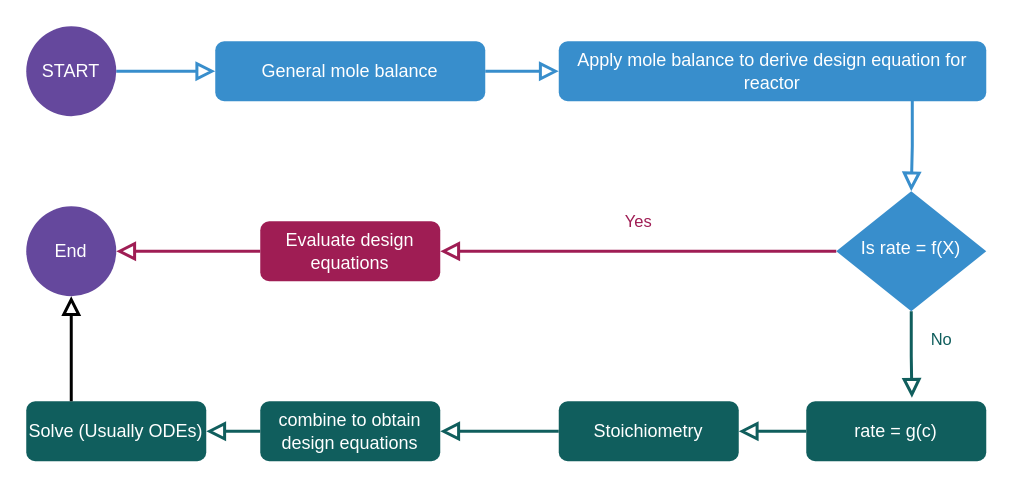
The draw.io diagram assets/images/isothermal_reactor_design_algorithm.drawio in rputikar/chemical-reaction-engineering, before the edit. Source tidied: cells renumbered, new cells numbered last; positions are measured from the earlier drawing's top-left corner, leaving out a move shared by most shapes. Both pictures are drawn from the tidied source at 150%, with x=0, y=0 at pixel (26, 26).
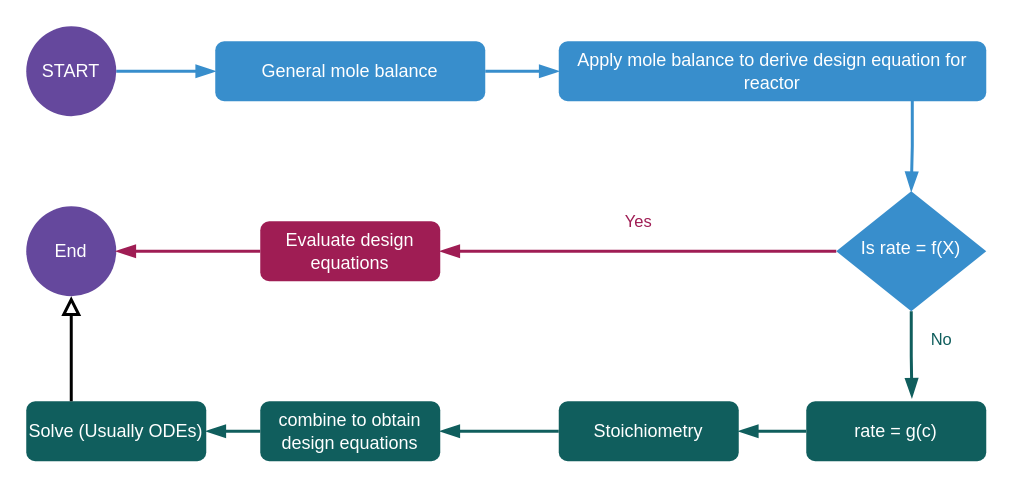
The same page after the edit.

The edit, as a diff of the source:
```diff
@@
-    <mxCell id="2" style="group;" parent="1" vertex="1">
-      <mxGeometry width="640" height="290" as="geometry" />
-    </mxCell>
-    <mxCell id="3" value="General mole balance" style="rounded=1;whiteSpace=wrap;html=1;fontSize=12;glass=0;strokeWidth=1;shadow=0;fontFamily=IBM Plex Sans;fillColor=#388ecc;fontColor=#ffffff;strokeColor=none;" parent="2" vertex="1">
+    <mxCell id="3" value="General mole balance" style="rounded=1;whiteSpace=wrap;html=1;fontSize=12;glass=0;strokeWidth=1;shadow=0;fontFamily=IBM Plex Sans;fillColor=#388ecc;fontColor=#ffffff;strokeColor=none;" parent="1" vertex="1">
       <mxGeometry x="126" y="10" width="180" height="40" as="geometry" />
     </mxCell>
-    <mxCell id="4" style="edgeStyle=orthogonalEdgeStyle;rounded=0;jettySize=auto;html=1;labelBackgroundColor=none;endArrow=block;fontFamily=IBM Plex Sans;endFill=0;endSize=8;strokeWidth=2;shadow=0;fillColor=#d80073;strokeColor=#388ecc;" parent="2" edge="1" source="5" target="3">
+    <mxCell id="4" style="edgeStyle=orthogonalEdgeStyle;rounded=0;jettySize=auto;html=1;labelBackgroundColor=none;endArrow=blockThin;fontFamily=IBM Plex Sans;endFill=1;endSize=8;strokeWidth=2;shadow=0;fillColor=#d80073;strokeColor=#388ecc;" parent="1" edge="1" source="5" target="3">
       <mxGeometry relative="1" as="geometry" />
     </mxCell>
-    <mxCell id="5" value="START" style="ellipse;whiteSpace=wrap;html=1;fontFamily=IBM Plex Sans;fillColor=#65489d;fontColor=#ffffff;strokeColor=none;" parent="2" vertex="1">
+    <mxCell id="5" value="START" style="ellipse;whiteSpace=wrap;html=1;fontFamily=IBM Plex Sans;fillColor=#65489d;fontColor=#ffffff;strokeColor=none;" parent="1" vertex="1">
       <mxGeometry width="60" height="60" as="geometry" />
     </mxCell>
-    <mxCell id="6" value="Evaluate design equations" style="rounded=1;whiteSpace=wrap;html=1;fontSize=12;glass=0;strokeWidth=1;shadow=0;fontFamily=IBM Plex Sans;fillColor=#9f1d54;fontColor=#ffffff;strokeColor=none;" parent="2" vertex="1">
+    <mxCell id="6" value="Evaluate design equations" style="rounded=1;whiteSpace=wrap;html=1;fontSize=12;glass=0;strokeWidth=1;shadow=0;fontFamily=IBM Plex Sans;fillColor=#9f1d54;fontColor=#ffffff;strokeColor=none;" parent="1" vertex="1">
       <mxGeometry x="156" y="130" width="120" height="40" as="geometry" />
     </mxCell>
-    <mxCell id="7" value="Apply mole balance to derive design equation for reactor" style="rounded=1;whiteSpace=wrap;html=1;fontSize=12;glass=0;strokeWidth=1;shadow=0;fontFamily=IBM Plex Sans;fillColor=#388ecc;fontColor=#ffffff;strokeColor=none;align=center;verticalAlign=middle;" parent="2" vertex="1">
+    <mxCell id="7" value="Apply mole balance to derive design equation for reactor" style="rounded=1;whiteSpace=wrap;html=1;fontSize=12;glass=0;strokeWidth=1;shadow=0;fontFamily=IBM Plex Sans;fillColor=#388ecc;fontColor=#ffffff;strokeColor=none;align=center;verticalAlign=middle;" parent="1" vertex="1">
       <mxGeometry x="355" y="10" width="285" height="40" as="geometry" />
     </mxCell>
-    <mxCell id="8" style="rounded=0;html=1;jettySize=auto;fontSize=11;endArrow=block;endFill=0;endSize=8;strokeWidth=2;shadow=0;labelBackgroundColor=none;edgeStyle=orthogonalEdgeStyle;fontFamily=IBM Plex Sans;exitX=1;exitY=0.5;exitDx=0;exitDy=0;entryX=0;entryY=0.5;entryDx=0;entryDy=0;fillColor=#d80073;strokeColor=#388ecc;align=center;verticalAlign=middle;fontColor=default;" parent="2" edge="1" source="3" target="7">
+    <mxCell id="8" style="rounded=0;html=1;jettySize=auto;fontSize=11;endArrow=blockThin;endFill=1;endSize=8;strokeWidth=2;shadow=0;labelBackgroundColor=none;edgeStyle=orthogonalEdgeStyle;fontFamily=IBM Plex Sans;exitX=1;exitY=0.5;exitDx=0;exitDy=0;entryX=0;entryY=0.5;entryDx=0;entryDy=0;fillColor=#d80073;strokeColor=#388ecc;align=center;verticalAlign=middle;fontColor=default;" parent="1" edge="1" source="3" target="7">
       <mxGeometry relative="1" as="geometry" />
     </mxCell>
-    <mxCell id="9" value="rate = g(c)" style="rounded=1;whiteSpace=wrap;html=1;fontSize=12;glass=0;strokeWidth=1;shadow=0;fontFamily=IBM Plex Sans;fillColor=#105e5d;fontColor=#ffffff;strokeColor=none;" parent="2" vertex="1">
+    <mxCell id="9" value="rate = g(c)" style="rounded=1;whiteSpace=wrap;html=1;fontSize=12;glass=0;strokeWidth=1;shadow=0;fontFamily=IBM Plex Sans;fillColor=#105e5d;fontColor=#ffffff;strokeColor=none;" parent="1" vertex="1">
       <mxGeometry x="520" y="250" width="120" height="40" as="geometry" />
     </mxCell>
-    <mxCell id="10" value="Is rate = f(X)" style="rhombus;whiteSpace=wrap;html=1;shadow=0;fontFamily=IBM Plex Sans;fontSize=12;align=center;strokeWidth=1;spacing=6;spacingTop=-4;fillColor=#388ecc;fontColor=#ffffff;strokeColor=none;rounded=1;glass=0;verticalAlign=middle;arcSize=0;" parent="2" vertex="1">
+    <mxCell id="10" value="Is rate = f(X)" style="rhombus;whiteSpace=wrap;html=1;shadow=0;fontFamily=IBM Plex Sans;fontSize=12;align=center;strokeWidth=1;spacing=6;spacingTop=-4;fillColor=#388ecc;fontColor=#ffffff;strokeColor=none;rounded=1;glass=0;verticalAlign=middle;arcSize=0;" parent="1" vertex="1">
       <mxGeometry x="540" y="110" width="100" height="80" as="geometry" />
     </mxCell>
-    <mxCell id="11" value="&lt;font color=&quot;#9f1d54&quot;&gt;Yes&lt;/font&gt;" style="edgeStyle=orthogonalEdgeStyle;rounded=0;html=1;jettySize=auto;fontSize=11;endArrow=block;endFill=0;endSize=8;strokeWidth=2;shadow=0;labelBackgroundColor=none;fontFamily=IBM Plex Sans;exitX=0;exitY=0.5;exitDx=0;exitDy=0;fillColor=#6a00ff;strokeColor=#9f1d54;" parent="2" edge="1" source="10" target="6">
+    <mxCell id="11" value="&lt;font color=&quot;#9f1d54&quot;&gt;Yes&lt;/font&gt;" style="edgeStyle=orthogonalEdgeStyle;rounded=0;html=1;jettySize=auto;fontSize=11;endArrow=blockThin;endFill=1;endSize=8;strokeWidth=2;shadow=0;labelBackgroundColor=none;fontFamily=IBM Plex Sans;exitX=0;exitY=0.5;exitDx=0;exitDy=0;fillColor=#6a00ff;strokeColor=#9f1d54;" parent="1" edge="1" source="10" target="6">
       <mxGeometry y="-20" relative="1" as="geometry" />
     </mxCell>
-    <mxCell id="12" style="edgeStyle=orthogonalEdgeStyle;rounded=0;jettySize=auto;html=1;exitX=0.827;exitY=0.962;exitDx=0;exitDy=0;exitPerimeter=0;labelBackgroundColor=none;endArrow=block;fontFamily=IBM Plex Sans;endFill=0;endSize=8;strokeWidth=2;shadow=0;fillColor=#d80073;strokeColor=#388ecc;align=center;verticalAlign=middle;fontSize=11;fontColor=default;" parent="2" edge="1" source="7" target="10">
+    <mxCell id="12" style="edgeStyle=orthogonalEdgeStyle;rounded=0;jettySize=auto;html=1;exitX=0.827;exitY=0.962;exitDx=0;exitDy=0;exitPerimeter=0;labelBackgroundColor=none;endArrow=blockThin;fontFamily=IBM Plex Sans;endFill=1;endSize=8;strokeWidth=2;shadow=0;fillColor=#d80073;strokeColor=#388ecc;align=center;verticalAlign=middle;fontSize=11;fontColor=default;" parent="1" edge="1" source="7" target="10">
       <mxGeometry relative="1" as="geometry" />
     </mxCell>
-    <mxCell id="13" value="&lt;font color=&quot;#105e5d&quot;&gt;No&lt;/font&gt;" style="rounded=0;html=1;jettySize=auto;fontSize=11;endArrow=block;endFill=0;endSize=8;strokeWidth=2;shadow=0;labelBackgroundColor=none;edgeStyle=orthogonalEdgeStyle;fontFamily=IBM Plex Sans;exitX=0.5;exitY=1;exitDx=0;exitDy=0;entryX=0.587;entryY=-0.06;entryDx=0;entryDy=0;entryPerimeter=0;fillColor=#008a00;strokeColor=#105e5d;" parent="2" edge="1" source="10" target="9">
+    <mxCell id="13" value="&lt;font color=&quot;#105e5d&quot;&gt;No&lt;/font&gt;" style="rounded=0;html=1;jettySize=auto;fontSize=11;endArrow=blockThin;endFill=1;endSize=8;strokeWidth=2;shadow=0;labelBackgroundColor=none;edgeStyle=orthogonalEdgeStyle;fontFamily=IBM Plex Sans;exitX=0.5;exitY=1;exitDx=0;exitDy=0;entryX=0.587;entryY=-0.06;entryDx=0;entryDy=0;entryPerimeter=0;fillColor=#008a00;strokeColor=#105e5d;align=center;verticalAlign=middle;fontColor=default;" parent="1" edge="1" source="10" target="9">
       <mxGeometry x="-0.33" y="20" relative="1" as="geometry" />
     </mxCell>
-    <mxCell id="14" value="Stoichiometry" style="rounded=1;whiteSpace=wrap;html=1;fontSize=12;glass=0;strokeWidth=1;shadow=0;fontFamily=IBM Plex Sans;fillColor=#105e5d;fontColor=#ffffff;strokeColor=none;align=center;verticalAlign=middle;" parent="2" vertex="1">
+    <mxCell id="14" value="Stoichiometry" style="rounded=1;whiteSpace=wrap;html=1;fontSize=12;glass=0;strokeWidth=1;shadow=0;fontFamily=IBM Plex Sans;fillColor=#105e5d;fontColor=#ffffff;strokeColor=none;align=center;verticalAlign=middle;" parent="1" vertex="1">
       <mxGeometry x="355" y="250" width="120" height="40" as="geometry" />
     </mxCell>
-    <mxCell id="15" style="edgeStyle=orthogonalEdgeStyle;rounded=0;jettySize=auto;html=1;labelBackgroundColor=none;endArrow=block;fontFamily=IBM Plex Sans;endFill=0;endSize=8;strokeWidth=2;shadow=0;strokeColor=#105e5d;fillColor=#008a00;align=center;verticalAlign=middle;fontSize=11;fontColor=default;" parent="2" edge="1" source="9" target="14">
+    <mxCell id="15" style="edgeStyle=orthogonalEdgeStyle;rounded=0;jettySize=auto;html=1;labelBackgroundColor=none;endArrow=blockThin;fontFamily=IBM Plex Sans;endFill=1;endSize=8;strokeWidth=2;shadow=0;strokeColor=#105e5d;fillColor=#008a00;align=center;verticalAlign=middle;fontSize=11;fontColor=default;" parent="1" edge="1" source="9" target="14">
       <mxGeometry relative="1" as="geometry" />
     </mxCell>
-    <mxCell id="16" value="combine to obtain design equations" style="rounded=1;whiteSpace=wrap;html=1;fontSize=12;glass=0;strokeWidth=1;shadow=0;fontFamily=IBM Plex Sans;fillColor=#105e5d;fontColor=#ffffff;strokeColor=none;align=center;verticalAlign=middle;" parent="2" vertex="1">
+    <mxCell id="16" value="combine to obtain design equations" style="rounded=1;whiteSpace=wrap;html=1;fontSize=12;glass=0;strokeWidth=1;shadow=0;fontFamily=IBM Plex Sans;fillColor=#105e5d;fontColor=#ffffff;strokeColor=none;align=center;verticalAlign=middle;" parent="1" vertex="1">
       <mxGeometry x="156" y="250" width="120" height="40" as="geometry" />
     </mxCell>
-    <mxCell id="17" style="edgeStyle=orthogonalEdgeStyle;rounded=0;jettySize=auto;html=1;labelBackgroundColor=none;endArrow=block;fontFamily=IBM Plex Sans;endFill=0;endSize=8;strokeWidth=2;shadow=0;strokeColor=#105e5d;fillColor=#008a00;align=center;verticalAlign=middle;fontSize=11;fontColor=default;" parent="2" edge="1" source="14" target="16">
+    <mxCell id="17" style="edgeStyle=orthogonalEdgeStyle;rounded=0;jettySize=auto;html=1;labelBackgroundColor=none;endArrow=blockThin;fontFamily=IBM Plex Sans;endFill=1;endSize=8;strokeWidth=2;shadow=0;strokeColor=#105e5d;fillColor=#008a00;align=center;verticalAlign=middle;fontSize=11;fontColor=default;" parent="1" edge="1" source="14" target="16">
       <mxGeometry relative="1" as="geometry" />
     </mxCell>
-    <mxCell id="18" value="Solve (Usually ODEs)" style="rounded=1;whiteSpace=wrap;html=1;fontSize=12;glass=0;strokeWidth=1;shadow=0;fontFamily=IBM Plex Sans;fillColor=#105e5d;fontColor=#ffffff;strokeColor=none;align=center;verticalAlign=middle;" parent="2" vertex="1">
+    <mxCell id="18" value="Solve (Usually ODEs)" style="rounded=1;whiteSpace=wrap;html=1;fontSize=12;glass=0;strokeWidth=1;shadow=0;fontFamily=IBM Plex Sans;fillColor=#105e5d;fontColor=#ffffff;strokeColor=none;align=center;verticalAlign=middle;" parent="1" vertex="1">
       <mxGeometry y="250" width="120" height="40" as="geometry" />
     </mxCell>
-    <mxCell id="19" style="edgeStyle=orthogonalEdgeStyle;rounded=0;jettySize=auto;html=1;entryX=1;entryY=0.5;entryDx=0;entryDy=0;labelBackgroundColor=none;endArrow=block;fontFamily=IBM Plex Sans;endFill=0;endSize=8;strokeWidth=2;shadow=0;strokeColor=#105e5d;fillColor=#008a00;align=center;verticalAlign=middle;fontSize=11;fontColor=default;" parent="2" edge="1" source="16" target="18">
+    <mxCell id="19" style="edgeStyle=orthogonalEdgeStyle;rounded=0;jettySize=auto;html=1;entryX=1;entryY=0.5;entryDx=0;entryDy=0;labelBackgroundColor=none;endArrow=blockThin;fontFamily=IBM Plex Sans;endFill=1;endSize=8;strokeWidth=2;shadow=0;strokeColor=#105e5d;fillColor=#008a00;align=center;verticalAlign=middle;fontSize=11;fontColor=default;" parent="1" edge="1" source="16" target="18">
       <mxGeometry relative="1" as="geometry" />
     </mxCell>
-    <mxCell id="20" value="End" style="ellipse;whiteSpace=wrap;html=1;fontFamily=IBM Plex Sans;fillColor=#65489d;fontColor=#ffffff;strokeColor=none;align=center;verticalAlign=middle;fontSize=12;" parent="2" vertex="1">
+    <mxCell id="20" value="End" style="ellipse;whiteSpace=wrap;html=1;fontFamily=IBM Plex Sans;fillColor=#65489d;fontColor=#ffffff;strokeColor=none;align=center;verticalAlign=middle;fontSize=12;" parent="1" vertex="1">
       <mxGeometry y="120" width="60" height="60" as="geometry" />
     </mxCell>
-    <mxCell id="21" style="edgeStyle=orthogonalEdgeStyle;rounded=0;jettySize=auto;html=1;labelBackgroundColor=none;endArrow=block;fontFamily=IBM Plex Sans;endFill=0;endSize=8;strokeWidth=2;shadow=0;fillColor=#6a00ff;strokeColor=#9f1d54;align=center;verticalAlign=middle;fontSize=11;fontColor=default;" parent="2" edge="1" source="6" target="20">
+    <mxCell id="21" style="edgeStyle=orthogonalEdgeStyle;rounded=0;jettySize=auto;html=1;labelBackgroundColor=none;endArrow=blockThin;fontFamily=IBM Plex Sans;endFill=1;endSize=8;strokeWidth=2;shadow=0;fillColor=#6a00ff;strokeColor=#9f1d54;align=center;verticalAlign=middle;fontSize=11;fontColor=default;" parent="1" edge="1" source="6" target="20">
       <mxGeometry relative="1" as="geometry" />
     </mxCell>
-    <mxCell id="22" style="edgeStyle=orthogonalEdgeStyle;rounded=0;jettySize=auto;html=1;exitX=0.25;exitY=0;exitDx=0;exitDy=0;labelBackgroundColor=none;endArrow=block;fontFamily=IBM Plex Sans;endFill=0;endSize=8;strokeWidth=2;shadow=0;" parent="2" edge="1" source="18" target="20">
+    <mxCell id="22" style="edgeStyle=orthogonalEdgeStyle;rounded=0;jettySize=auto;html=1;exitX=0.25;exitY=0;exitDx=0;exitDy=0;labelBackgroundColor=none;endArrow=block;fontFamily=IBM Plex Sans;endFill=0;endSize=8;strokeWidth=2;shadow=0;" parent="1" edge="1" source="18" target="20">
       <mxGeometry relative="1" as="geometry" />
     </mxCell>
```
